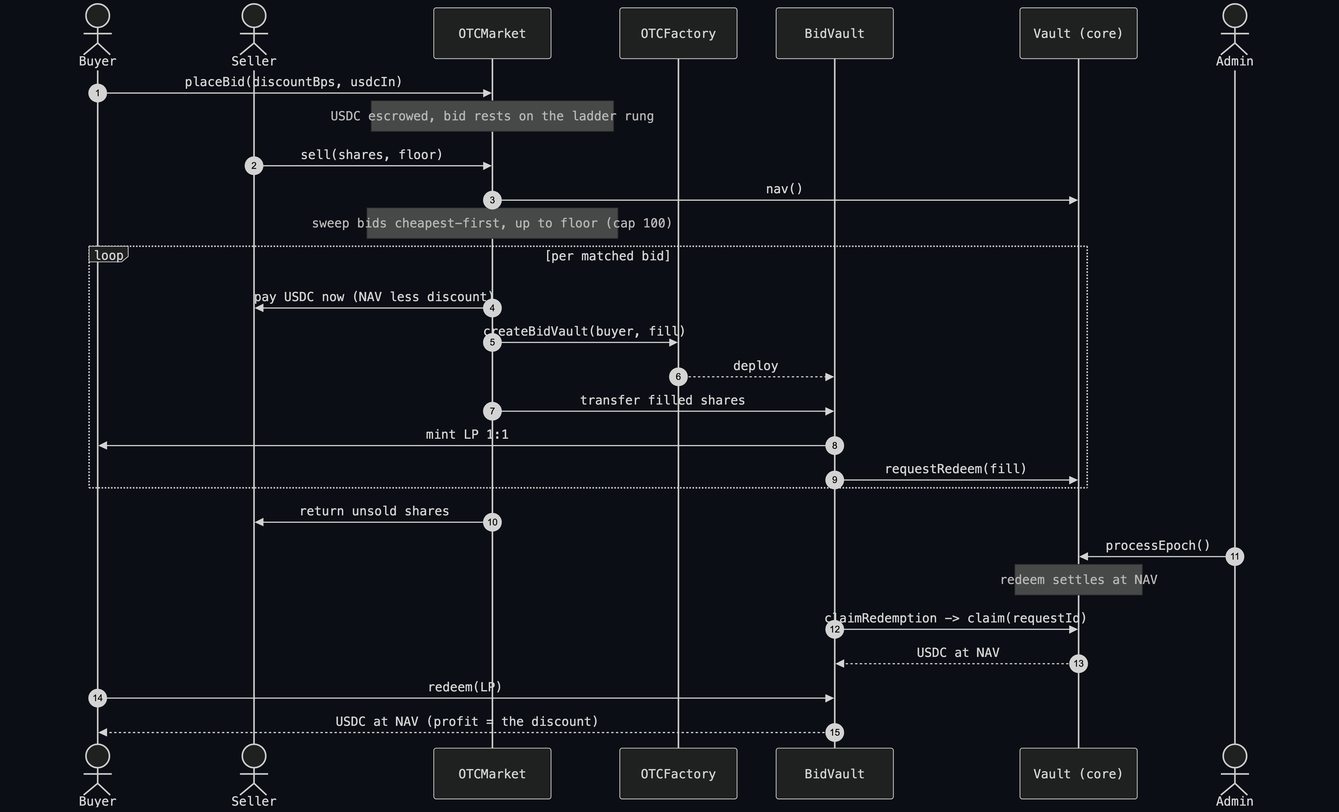
jesse-nhatcl/retail-vault-v1 keeps this Mermaid diagram as docs/02-architecture/diagrams/otc-sequence.png. Above is the earlier version. Its source is kept beside it as docs/02-architecture/diagrams/otc-sequence.mmd. Its diagram source:
```mermaid
%%{init: {'theme':'dark', 'themeVariables': {'fontFamily':'monospace','fontSize':'15px'}}}%%
sequenceDiagram
    autonumber
    actor B as Buyer
    actor S as Seller
    participant M as OTCMarket
    participant F as OTCFactory
    participant V as BidVault
    participant CV as Vault (core)
    actor A as Admin

    B->>M: placeBid(discountBps, usdcIn)
    Note over M: USDC escrowed, bid rests on the ladder rung

    S->>M: sell(shares, floor)
    M->>CV: nav()
    Note over M: sweep bids cheapest-first, up to floor (cap 100)
    loop per matched bid
        M->>S: pay USDC now (NAV less discount)
        M->>F: createBidVault(buyer, fill)
        F-->>V: deploy
        M->>V: transfer filled shares
        V->>B: mint LP 1:1
        V->>CV: requestRedeem(fill)
    end
    M->>S: return unsold shares

    A->>CV: processEpoch()
    Note over CV: redeem settles at NAV

    V->>CV: claimRedemption -> claim(requestId)
    CV-->>V: USDC at NAV
    B->>V: redeem(LP)
    V-->>B: USDC at NAV (profit = the discount)
```
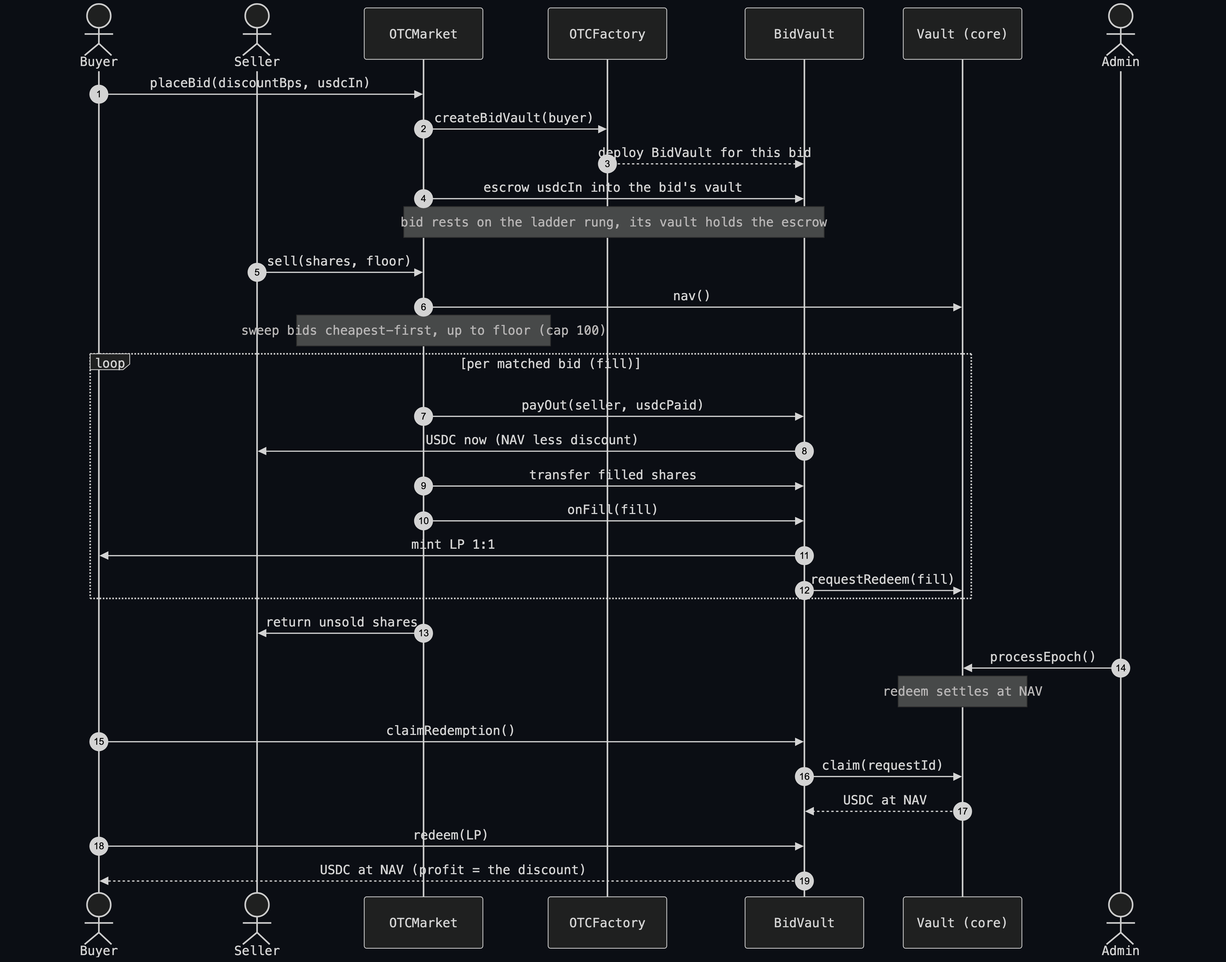
The same diagram one commit later.

Commit message:
docs: per-bid OTC design docs, diagrams, README

The edit, as a diff of the source:
```diff
@@ -10,16 +10,19 @@
     actor A as Admin
 
     B->>M: placeBid(discountBps, usdcIn)
-    Note over M: USDC escrowed, bid rests on the ladder rung
+    M->>F: createBidVault(buyer)
+    F-->>V: deploy BidVault for this bid
+    M->>V: escrow usdcIn into the bid's vault
+    Note over M,V: bid rests on the ladder rung, its vault holds the escrow
 
     S->>M: sell(shares, floor)
     M->>CV: nav()
     Note over M: sweep bids cheapest-first, up to floor (cap 100)
-    loop per matched bid
-        M->>S: pay USDC now (NAV less discount)
-        M->>F: createBidVault(buyer, fill)
-        F-->>V: deploy
+    loop per matched bid (fill)
+        M->>V: payOut(seller, usdcPaid)
+        V->>S: USDC now (NAV less discount)
         M->>V: transfer filled shares
+        M->>V: onFill(fill)
         V->>B: mint LP 1:1
         V->>CV: requestRedeem(fill)
     end
@@ -28,7 +31,8 @@
     A->>CV: processEpoch()
     Note over CV: redeem settles at NAV
 
-    V->>CV: claimRedemption -> claim(requestId)
+    B->>V: claimRedemption()
+    V->>CV: claim(requestId)
     CV-->>V: USDC at NAV
     B->>V: redeem(LP)
     V-->>B: USDC at NAV (profit = the discount)
```
